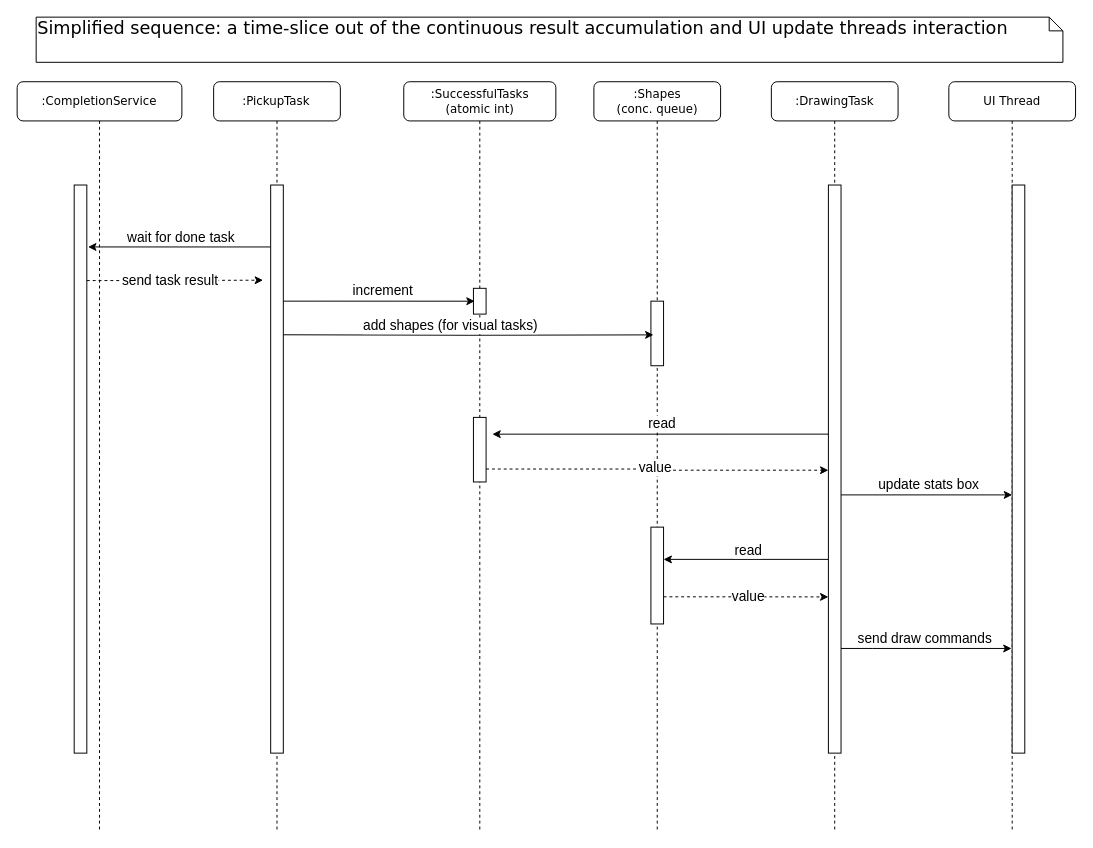
The draw.io diagram threadoff-result-handling.drawio in cdonhofer/ThreadOff, before the edit. Source tidied: cells renumbered, new cells numbered last; positions are measured from the earlier drawing's top-left corner, leaving out a move shared by most shapes. Both pictures are drawn from the tidied source at 98%, with x=0, y=0 at pixel (17, 17).
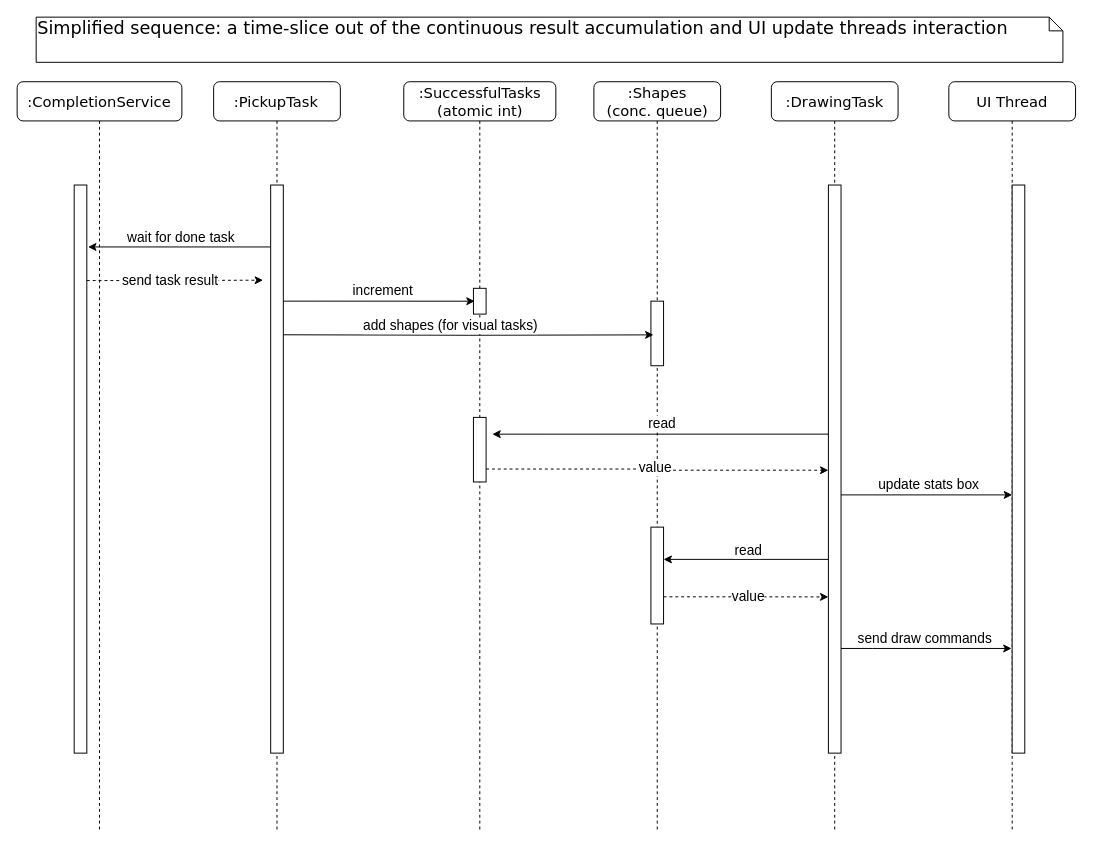
Above is the later version.

What changed in the source:
```diff
@@
-    <mxCell id="2" value=":PickupTask" style="shape=umlLifeline;perimeter=lifelinePerimeter;whiteSpace=wrap;html=1;rounded=1;shadow=0;comic=0;labelBackgroundColor=none;strokeWidth=1;fontFamily=Verdana;fontSize=12;align=center;" parent="1" vertex="1">
+    <mxCell id="2" value="&lt;font style=&quot;font-size: 15px;&quot;&gt;:PickupTask&lt;/font&gt;" style="shape=umlLifeline;perimeter=lifelinePerimeter;whiteSpace=wrap;html=1;rounded=1;shadow=0;comic=0;labelBackgroundColor=none;strokeWidth=1;fontFamily=Verdana;fontSize=12;align=center;" parent="1" vertex="1">
       <mxGeometry x="200.5" y="65.9" width="129.3" height="764.1" as="geometry" />
     </mxCell>
@@
-    <mxCell id="4" value="&lt;div&gt;:SuccessfulTasks&lt;/div&gt;&lt;div&gt;(atomic int)&lt;br&gt;&lt;/div&gt;" style="shape=umlLifeline;perimeter=lifelinePerimeter;whiteSpace=wrap;html=1;rounded=1;shadow=0;comic=0;labelBackgroundColor=none;strokeWidth=1;fontFamily=Verdana;fontSize=12;align=center;" parent="1" vertex="1">
+    <mxCell id="4" value="&lt;div style=&quot;font-size: 15px;&quot;&gt;&lt;font style=&quot;font-size: 15px;&quot;&gt;:SuccessfulTasks&lt;/font&gt;&lt;/div&gt;&lt;div style=&quot;font-size: 15px;&quot;&gt;&lt;font style=&quot;font-size: 15px;&quot;&gt;(atomic int)&lt;font style=&quot;font-size: 15px;&quot;&gt;&lt;br&gt;&lt;/font&gt;&lt;/font&gt;&lt;/div&gt;" style="shape=umlLifeline;perimeter=lifelinePerimeter;whiteSpace=wrap;html=1;rounded=1;shadow=0;comic=0;labelBackgroundColor=none;strokeWidth=1;fontFamily=Verdana;fontSize=12;align=center;" parent="1" vertex="1">
       <mxGeometry x="394.5" y="65.9" width="155.2" height="764.1" as="geometry" />
     </mxCell>
@@
-    <mxCell id="7" value="&lt;div&gt;:Shapes&lt;/div&gt;&lt;div&gt;(conc. queue)&lt;br&gt;&lt;/div&gt;" style="shape=umlLifeline;perimeter=lifelinePerimeter;whiteSpace=wrap;html=1;rounded=1;shadow=0;comic=0;labelBackgroundColor=none;strokeWidth=1;fontFamily=Verdana;fontSize=12;align=center;" parent="1" vertex="1">
+    <mxCell id="7" value="&lt;div style=&quot;font-size: 15px;&quot;&gt;&lt;font style=&quot;font-size: 15px;&quot;&gt;:Shapes&lt;/font&gt;&lt;/div&gt;&lt;div style=&quot;font-size: 15px;&quot;&gt;&lt;font style=&quot;font-size: 15px;&quot;&gt;(conc. queue)&lt;font style=&quot;font-size: 15px;&quot;&gt;&lt;br&gt;&lt;/font&gt;&lt;/font&gt;&lt;/div&gt;" style="shape=umlLifeline;perimeter=lifelinePerimeter;whiteSpace=wrap;html=1;rounded=1;shadow=0;comic=0;labelBackgroundColor=none;strokeWidth=1;fontFamily=Verdana;fontSize=12;align=center;" parent="1" vertex="1">
       <mxGeometry x="588.5" y="65.9" width="129.3" height="764.1" as="geometry" />
     </mxCell>
@@
-    <mxCell id="9" value=":DrawingTask" style="shape=umlLifeline;perimeter=lifelinePerimeter;whiteSpace=wrap;html=1;rounded=1;shadow=0;comic=0;labelBackgroundColor=none;strokeWidth=1;fontFamily=Verdana;fontSize=12;align=center;" parent="1" vertex="1">
+    <mxCell id="9" value="&lt;font style=&quot;font-size: 15px;&quot;&gt;:DrawingTask&lt;/font&gt;" style="shape=umlLifeline;perimeter=lifelinePerimeter;whiteSpace=wrap;html=1;rounded=1;shadow=0;comic=0;labelBackgroundColor=none;strokeWidth=1;fontFamily=Verdana;fontSize=12;align=center;" parent="1" vertex="1">
       <mxGeometry x="769.6" y="65.9" width="129.3" height="764.1" as="geometry" />
     </mxCell>
@@
-    <mxCell id="11" value="UI Thread" style="shape=umlLifeline;perimeter=lifelinePerimeter;whiteSpace=wrap;html=1;rounded=1;shadow=0;comic=0;labelBackgroundColor=none;strokeWidth=1;fontFamily=Verdana;fontSize=12;align=center;" parent="1" vertex="1">
+    <mxCell id="11" value="&lt;font style=&quot;font-size: 15px;&quot;&gt;UI Thread&lt;/font&gt;" style="shape=umlLifeline;perimeter=lifelinePerimeter;whiteSpace=wrap;html=1;rounded=1;shadow=0;comic=0;labelBackgroundColor=none;strokeWidth=1;fontFamily=Verdana;fontSize=12;align=center;" parent="1" vertex="1">
       <mxGeometry x="950.7" y="65.9" width="129.3" height="764.1" as="geometry" />
     </mxCell>
-    <mxCell id="12" value="&lt;div&gt;:CompletionService&lt;/div&gt;" style="shape=umlLifeline;perimeter=lifelinePerimeter;whiteSpace=wrap;html=1;rounded=1;shadow=0;comic=0;labelBackgroundColor=none;strokeWidth=1;fontFamily=Verdana;fontSize=12;align=center;" parent="1" vertex="1">
+    <mxCell id="12" value="&lt;div style=&quot;font-size: 15px;&quot;&gt;&lt;font style=&quot;font-size: 15px;&quot;&gt;:CompletionService&lt;/font&gt;&lt;/div&gt;" style="shape=umlLifeline;perimeter=lifelinePerimeter;whiteSpace=wrap;html=1;rounded=1;shadow=0;comic=0;labelBackgroundColor=none;strokeWidth=1;fontFamily=Verdana;fontSize=12;align=center;" parent="1" vertex="1">
       <mxGeometry y="65.9" width="168.1" height="764.1" as="geometry" />
     </mxCell>
```
